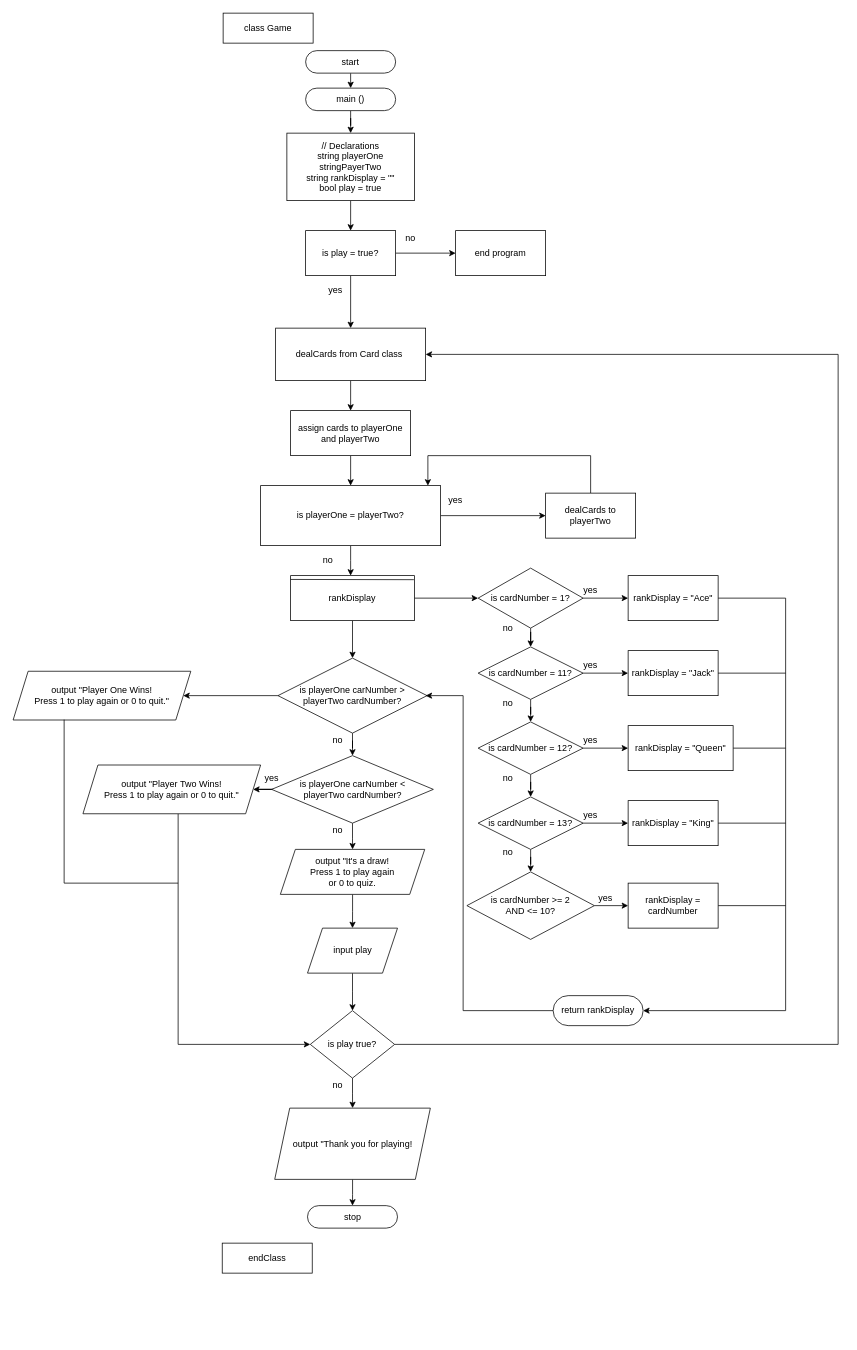
hmfranc/ubiquitous-octo-palm-tree keeps this draw.io diagram as L8Flowchart2.drawio. Above is the earlier version. Source tidied: cells renumbered, new cells numbered last; positions are measured from the earlier drawing's top-left corner, leaving out a move shared by most shapes. Both pictures are drawn from the tidied source at 75%, with x=0, y=0 at pixel (13, 13).
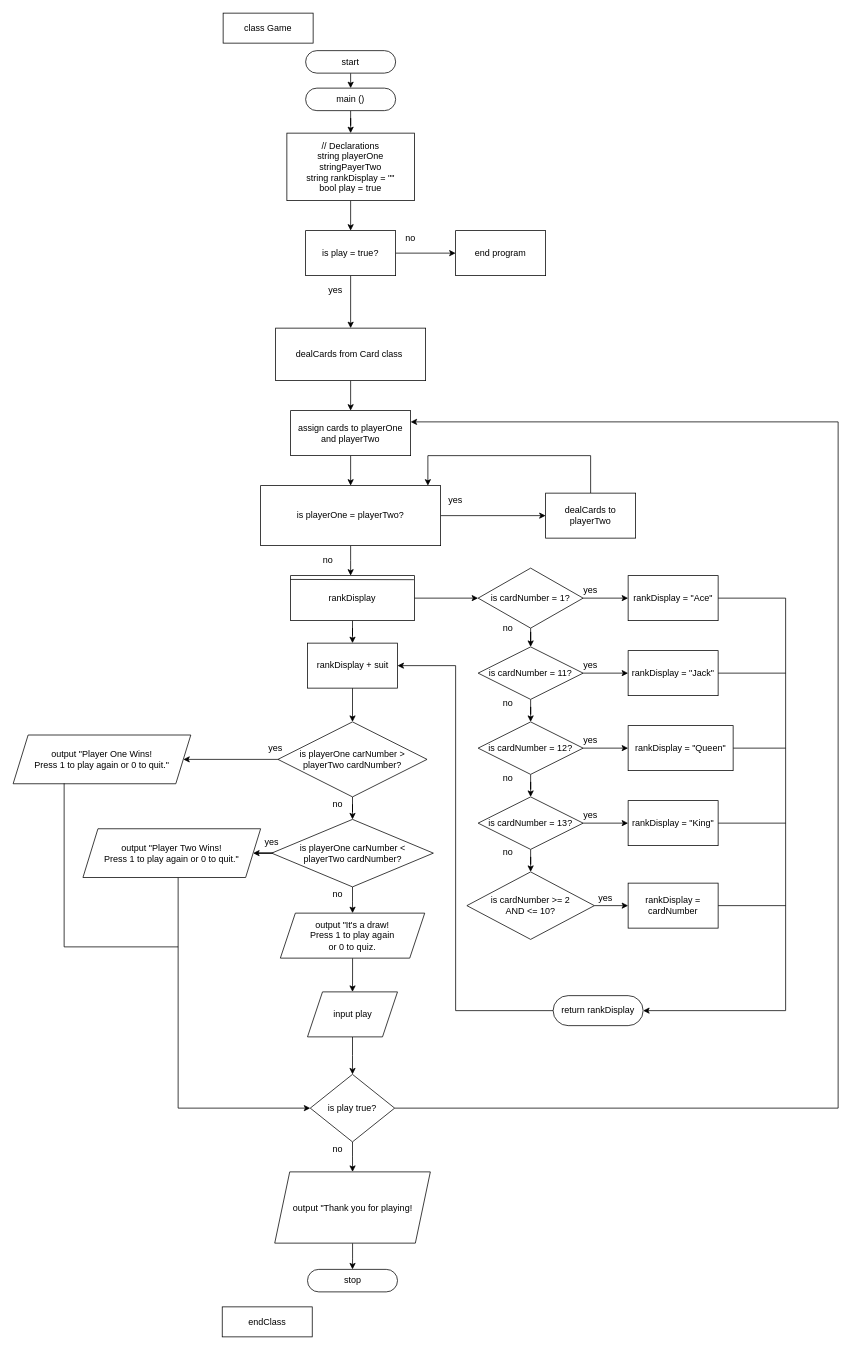
The same diagram, later.

Unchanged cells that the change refers to:
```xml
<mxCell id="9" value="rankDisplay" style="whiteSpace=wrap;html=1;rounded=0;" parent="1" vertex="1">
  <mxGeometry x="370" y="750" width="165" height="60" as="geometry" />
</mxCell>
<mxCell id="14" value="dealCards from Card class&amp;nbsp;" style="whiteSpace=wrap;html=1;rounded=0;" parent="1" vertex="1">
  <mxGeometry x="350" y="420" width="200" height="70" as="geometry" />
</mxCell>
<mxCell id="16" value="assign cards to playerOne and playerTwo" style="whiteSpace=wrap;html=1;rounded=0;" parent="1" vertex="1">
  <mxGeometry x="370" y="530" width="160" height="60" as="geometry" />
</mxCell>
<mxCell id="66" value="return rankDisplay" style="rounded=1;whiteSpace=wrap;html=1;arcSize=50;" parent="1" vertex="1">
  <mxGeometry x="720" y="1310" width="120" height="40" as="geometry" />
</mxCell>
```

Change to the diagram source:
```diff
@@
-    <mxCell id="8" style="edgeStyle=orthogonalEdgeStyle;rounded=0;jettySize=auto;html=1;" parent="1" edge="1" source="9" target="64">
-      <mxGeometry relative="1" as="geometry" />
-    </mxCell>
+    <mxCell id="91" style="edgeStyle=orthogonalEdgeStyle;rounded=0;jettySize=auto;html=1;" parent="1" edge="1" source="9" target="93">
+      <mxGeometry relative="1" as="geometry" />
+    </mxCell>
@@
     <mxCell id="64" value="is playerOne carNumber &amp;gt; playerTwo cardNumber?" style="rhombus;whiteSpace=wrap;html=1;" parent="1" vertex="1">
-      <mxGeometry x="353.1" y="860" width="198.8" height="100" as="geometry" />
+      <mxGeometry x="353.1" y="945" width="198.8" height="100" as="geometry" />
     </mxCell>
-    <mxCell id="65" style="edgeStyle=orthogonalEdgeStyle;rounded=0;jettySize=auto;html=1;" parent="1" edge="1" source="66">
+    <mxCell id="65" style="edgeStyle=orthogonalEdgeStyle;rounded=0;jettySize=auto;html=1;entryX=1;entryY=0.5;entryDx=0;entryDy=0;" parent="1" edge="1" source="66" target="93">
       <mxGeometry relative="1" as="geometry">
-        <mxPoint x="550" y="910" as="targetPoint" />
         <Array as="points">
-          <mxPoint x="600" y="1330" />
-          <mxPoint x="600" y="910" />
+          <mxPoint x="590" y="1330" />
+          <mxPoint x="590" y="870" />
         </Array>
       </mxGeometry>
     </mxCell>
@@
     <mxCell id="70" value="is playerOne carNumber &amp;lt;&lt;br&gt;playerTwo cardNumber?" style="rhombus;whiteSpace=wrap;html=1;" parent="1" vertex="1">
-      <mxGeometry x="344.7" y="990" width="215.6" height="90" as="geometry" />
+      <mxGeometry x="344.7" y="1075" width="215.6" height="90" as="geometry" />
     </mxCell>
     <mxCell id="71" value="no" style="text;html=1;strokeColor=none;fillColor=none;align=center;verticalAlign=middle;whiteSpace=wrap;rounded=0;" parent="1" vertex="1">
-      <mxGeometry x="413.1" y="960" width="40" height="20" as="geometry" />
+      <mxGeometry x="413.1" y="1045" width="40" height="20" as="geometry" />
     </mxCell>
     <mxCell id="72" value="no" style="text;html=1;strokeColor=none;fillColor=none;align=center;verticalAlign=middle;whiteSpace=wrap;rounded=0;" parent="1" vertex="1">
-      <mxGeometry x="413.1" y="1080" width="40" height="20" as="geometry" />
+      <mxGeometry x="413.1" y="1165" width="40" height="20" as="geometry" />
     </mxCell>
@@
     <mxCell id="74" value="output &quot;It's a draw! &lt;br&gt;Press 1 to play again &lt;br&gt;or 0 to quiz." style="shape=parallelogram;perimeter=parallelogramPerimeter;whiteSpace=wrap;html=1;fixedSize=1;rounded=0;" parent="1" vertex="1">
-      <mxGeometry x="356.3" y="1115" width="192.5" height="60" as="geometry" />
+      <mxGeometry x="356.3" y="1200" width="192.5" height="60" as="geometry" />
     </mxCell>
@@
     <mxCell id="76" value="input play" style="shape=parallelogram;perimeter=parallelogramPerimeter;whiteSpace=wrap;html=1;fixedSize=1;rounded=0;" parent="1" vertex="1">
-      <mxGeometry x="392.5" y="1220" width="120" height="60" as="geometry" />
+      <mxGeometry x="392.5" y="1305" width="120" height="60" as="geometry" />
     </mxCell>
@@
-    <mxCell id="78" style="edgeStyle=orthogonalEdgeStyle;rounded=0;jettySize=auto;html=1;entryX=1;entryY=0.5;entryDx=0;entryDy=0;" parent="1" edge="1" source="79" target="14">
+    <mxCell id="78" style="edgeStyle=orthogonalEdgeStyle;rounded=0;jettySize=auto;html=1;entryX=1;entryY=0.25;entryDx=0;entryDy=0;" parent="1" edge="1" source="79" target="16">
       <mxGeometry relative="1" as="geometry">
         <Array as="points">
-          <mxPoint x="1100" y="1375" />
-          <mxPoint x="1100" y="455" />
+          <mxPoint x="1100" y="1460" />
+          <mxPoint x="1100" y="545" />
         </Array>
       </mxGeometry>
     </mxCell>
     <mxCell id="79" value="is play true?" style="rhombus;whiteSpace=wrap;html=1;rounded=0;" parent="1" vertex="1">
-      <mxGeometry x="396.2" y="1330" width="112.5" height="90" as="geometry" />
+      <mxGeometry x="396.2" y="1415" width="112.5" height="90" as="geometry" />
     </mxCell>
@@
     <mxCell id="81" value="output &quot;Thank you for playing!" style="shape=parallelogram;perimeter=parallelogramPerimeter;whiteSpace=wrap;html=1;fixedSize=1;rounded=0;" parent="1" vertex="1">
-      <mxGeometry x="348.8" y="1460" width="207.5" height="95" as="geometry" />
+      <mxGeometry x="348.8" y="1545" width="207.5" height="95" as="geometry" />
     </mxCell>
     <mxCell id="82" value="no" style="text;html=1;strokeColor=none;fillColor=none;align=center;verticalAlign=middle;whiteSpace=wrap;rounded=0;" parent="1" vertex="1">
-      <mxGeometry x="413.1" y="1420" width="40" height="20" as="geometry" />
+      <mxGeometry x="413.1" y="1505" width="40" height="20" as="geometry" />
     </mxCell>
     <mxCell id="83" style="edgeStyle=orthogonalEdgeStyle;rounded=0;jettySize=auto;html=1;entryX=0;entryY=0.5;entryDx=0;entryDy=0;" parent="1" edge="1" source="84" target="79">
       <mxGeometry relative="1" as="geometry">
         <Array as="points">
-          <mxPoint x="220" y="1375" />
+          <mxPoint x="220" y="1460" />
         </Array>
       </mxGeometry>
     </mxCell>
     <mxCell id="84" value="output &quot;Player Two Wins! &lt;br&gt;Press 1 to play again or 0 to quit.&quot;" style="shape=parallelogram;perimeter=parallelogramPerimeter;whiteSpace=wrap;html=1;fixedSize=1;" parent="1" vertex="1">
-      <mxGeometry x="93.1" y="1002.5" width="236.9" height="65" as="geometry" />
+      <mxGeometry x="93.1" y="1087.5" width="236.9" height="65" as="geometry" />
     </mxCell>
     <mxCell id="85" value="yes" style="text;html=1;strokeColor=none;fillColor=none;align=center;verticalAlign=middle;whiteSpace=wrap;rounded=0;" parent="1" vertex="1">
-      <mxGeometry x="325" y="1010" width="40" height="20" as="geometry" />
+      <mxGeometry x="325" y="1095" width="40" height="20" as="geometry" />
     </mxCell>
     <mxCell id="86" value="output &quot;Player One Wins! &lt;br&gt;Press 1 to play again or 0 to quit.&quot;" style="shape=parallelogram;perimeter=parallelogramPerimeter;whiteSpace=wrap;html=1;fixedSize=1;" parent="1" vertex="1">
-      <mxGeometry y="877.5" width="236.9" height="65" as="geometry" />
+      <mxGeometry y="962.5" width="236.9" height="65" as="geometry" />
     </mxCell>
     <mxCell id="87" style="endArrow=none;html=1;" parent="1" edge="1">
       <mxGeometry relative="1" as="geometry">
-        <mxPoint x="68" y="1160" as="sourcePoint" />
-        <mxPoint x="68" y="942" as="targetPoint" />
+        <mxPoint x="68" y="1245" as="sourcePoint" />
+        <mxPoint x="68" y="1027" as="targetPoint" />
       </mxGeometry>
     </mxCell>
     <mxCell id="88" style="endArrow=none;html=1;" parent="1" edge="1">
       <mxGeometry relative="1" as="geometry">
-        <mxPoint x="68" y="1160" as="sourcePoint" />
-        <mxPoint x="220" y="1160" as="targetPoint" />
+        <mxPoint x="68" y="1245" as="sourcePoint" />
+        <mxPoint x="220" y="1245" as="targetPoint" />
       </mxGeometry>
     </mxCell>
     <mxCell id="89" value="endClass" style="rounded=0;whiteSpace=wrap;html=1;" parent="1" vertex="1">
-      <mxGeometry x="278.8" y="1640" width="120" height="40" as="geometry" />
+      <mxGeometry x="278.8" y="1725" width="120" height="40" as="geometry" />
     </mxCell>
     <mxCell id="90" value="stop" style="rounded=1;whiteSpace=wrap;html=1;arcSize=50;" parent="1" vertex="1">
-      <mxGeometry x="392.5" y="1590" width="120" height="30" as="geometry" />
+      <mxGeometry x="392.5" y="1675" width="120" height="30" as="geometry" />
     </mxCell>
+    <mxCell id="92" style="edgeStyle=orthogonalEdgeStyle;rounded=0;jettySize=auto;html=1;" parent="1" edge="1" source="93" target="64">
+      <mxGeometry relative="1" as="geometry" />
+    </mxCell>
+    <mxCell id="93" value="rankDisplay + suit" style="rounded=0;whiteSpace=wrap;html=1;" parent="1" vertex="1">
+      <mxGeometry x="392.5" y="840" width="120" height="60" as="geometry" />
+    </mxCell>
+    <mxCell id="94" value="yes" style="text;html=1;strokeColor=none;fillColor=none;align=center;verticalAlign=middle;whiteSpace=wrap;rounded=0;" parent="1" vertex="1">
+      <mxGeometry x="330" y="970" width="40" height="20" as="geometry" />
+    </mxCell>
```
